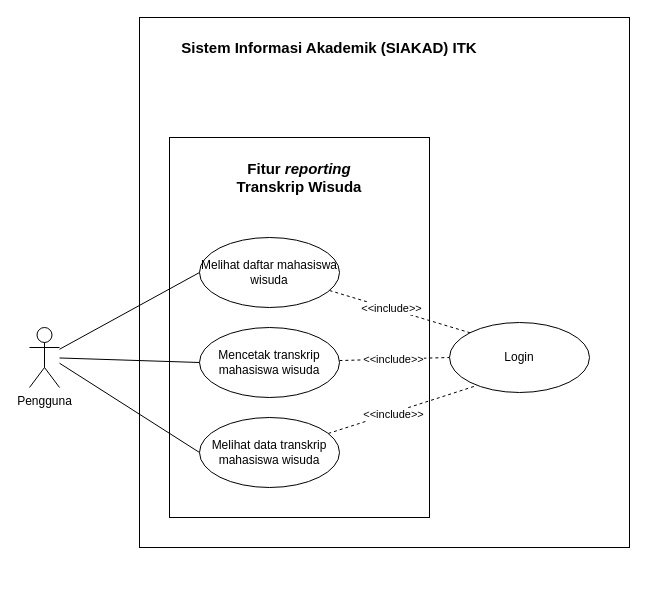
The draw.io diagram page "UseCase" (11 of 12) of SIAKAD ERD.drawio in RidhoAnshory/drawiocloud, before the edit. Source tidied: cells renumbered, new cells numbered last; positions are measured from the earlier drawing's top-left corner, leaving out a move shared by most shapes. Both pictures are drawn from the tidied source at 100%, with x=0, y=0 at pixel (29, 17).
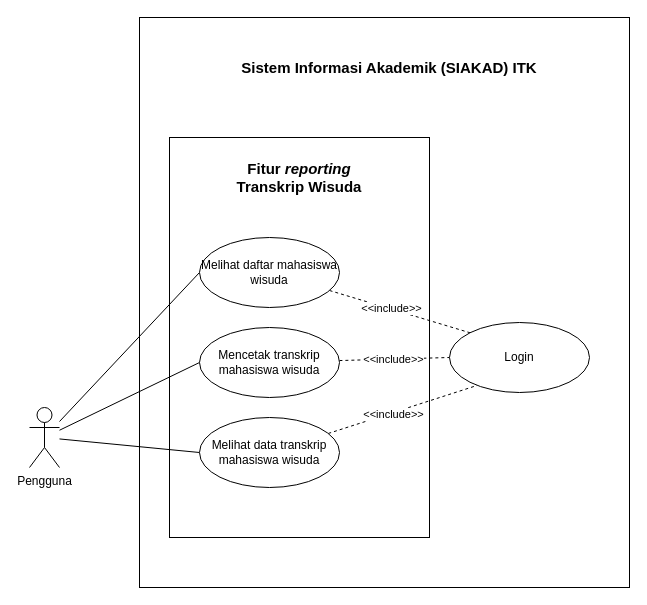
The same diagram, later.

Unchanged cells that the change refers to:
```xml
<mxCell id="18" value="Melihat data transkrip mahasiswa wisuda" style="ellipse;whiteSpace=wrap;html=1;" parent="1" vertex="1">
  <mxGeometry x="170" y="400" width="140" height="70" as="geometry" />
</mxCell>
```

The edit, as a diff of the source:
```diff
@@
     <mxCell id="2" style="rounded=0;whiteSpace=wrap;html=1;" parent="1" vertex="1">
-      <mxGeometry x="110" width="490" height="530" as="geometry" />
+      <mxGeometry x="110" width="490" height="570" as="geometry" />
     </mxCell>
     <mxCell id="3" style="rounded=0;whiteSpace=wrap;html=1;" parent="1" vertex="1">
-      <mxGeometry x="140" y="120" width="260" height="380" as="geometry" />
+      <mxGeometry x="140" y="120" width="260" height="400" as="geometry" />
     </mxCell>
@@
+    <mxCell id="20" style="edgeStyle=none;rounded=0;jettySize=auto;html=1;entryX=0;entryY=0.5;entryDx=0;entryDy=0;endArrow=none;endFill=0;" parent="1" edge="1" source="6" target="18">
+      <mxGeometry relative="1" as="geometry" />
+    </mxCell>
     <mxCell id="6" value="Pengguna" style="shape=umlActor;verticalLabelPosition=bottom;verticalAlign=top;html=1;" parent="1" vertex="1">
-      <mxGeometry y="310" width="30" height="60" as="geometry" />
+      <mxGeometry y="390" width="30" height="60" as="geometry" />
     </mxCell>
@@
-    <mxCell id="12" style="edgeStyle=none;rounded=0;jettySize=auto;html=1;entryX=0;entryY=0.5;entryDx=0;entryDy=0;endArrow=none;endFill=0;" parent="1" edge="1" target="18">
-      <mxGeometry relative="1" as="geometry">
-        <mxPoint x="30" y="345.7" as="sourcePoint" />
-      </mxGeometry>
-    </mxCell>
@@
     <mxCell id="14" value="&lt;font style=&quot;font-size: 15px&quot;&gt;&lt;b&gt;Sistem Informasi Akademik (SIAKAD) ITK&lt;/b&gt;&lt;/font&gt;" style="text;html=1;strokeColor=none;fillColor=none;align=center;verticalAlign=middle;whiteSpace=wrap;rounded=0;" parent="1" vertex="1">
-      <mxGeometry x="140" y="20" width="320" height="20" as="geometry" />
+      <mxGeometry x="200" y="40" width="320" height="20" as="geometry" />
     </mxCell>
```
